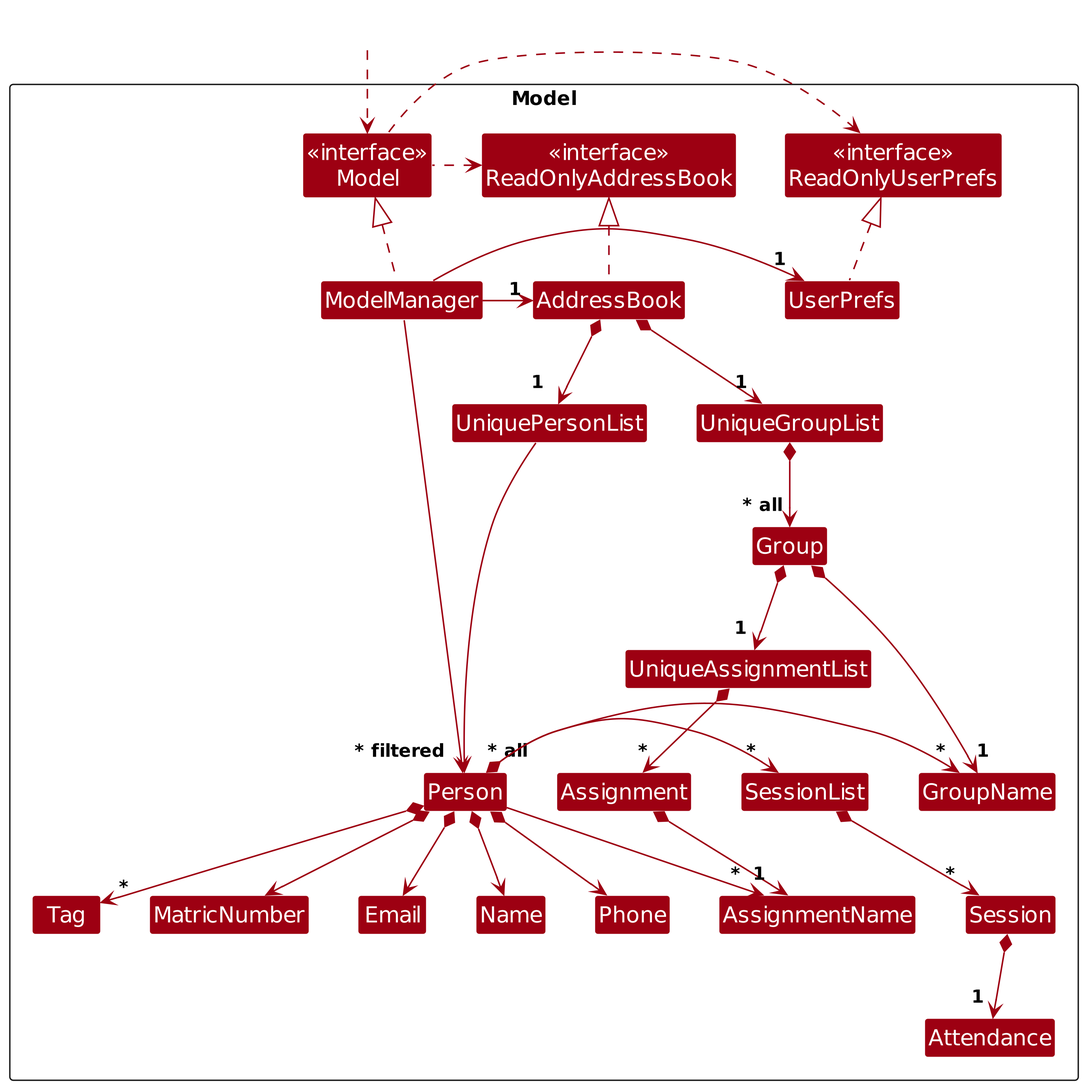
This is diagrams/ModelClassDiagram.png from AY2526S2-CS2103T-F14-1/tp, a PlantUML export, as it was before one commit. Its source is kept beside it as diagrams/ModelClassDiagram.puml.
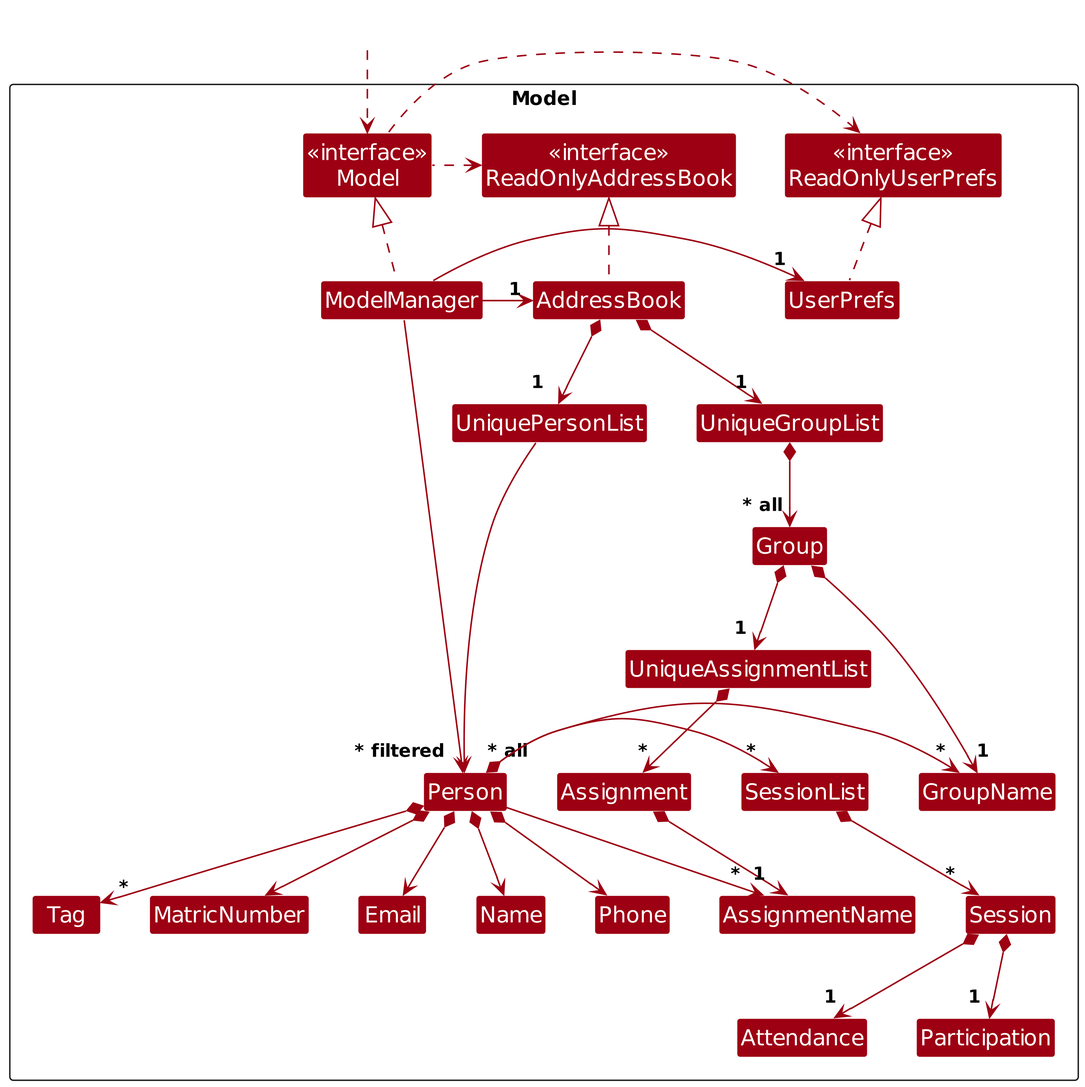
Above is the later version.

Change to the diagram source:
```diff
@@ -22,6 +22,7 @@
 Class SessionList
 Class Session
 Class Attendance
+Class Participation
 Class Person
 Class MatricNumber
 Class Email
@@ -62,6 +63,7 @@
 Person --> "*" AssignmentName
 SessionList *--> " * " Session
 Session *--> "1 " Attendance
+Session *--> "1 " Participation
 
 Person -[hidden]up--> I
 UniquePersonList -[hidden]right-> I
```
